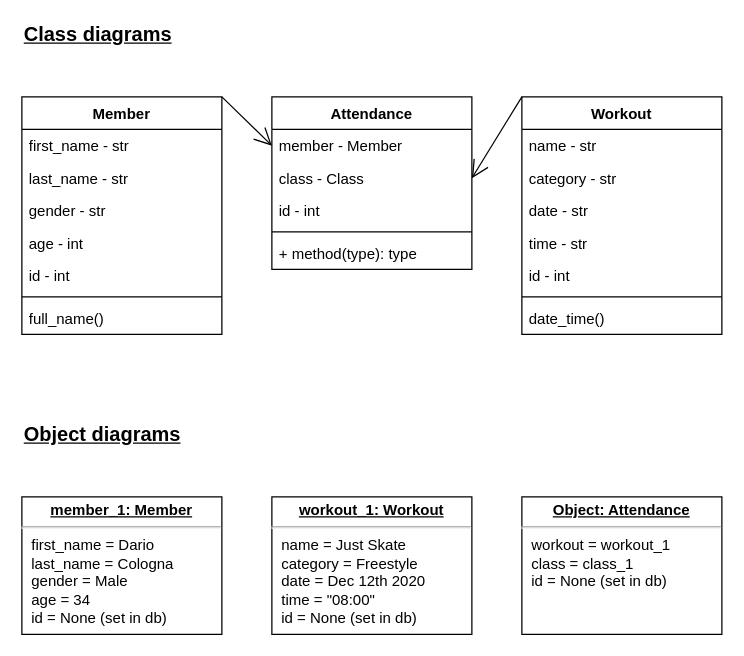
Before: planning/classes.drawio in Stanhoucke/gym_web_app, a draw.io diagram. Source tidied: cells renumbered, new cells numbered last; positions are measured from the earlier drawing's top-left corner, leaving out a move shared by most shapes. Both pictures are drawn from the tidied source at 125%, with x=0, y=0 at pixel (21, 21).
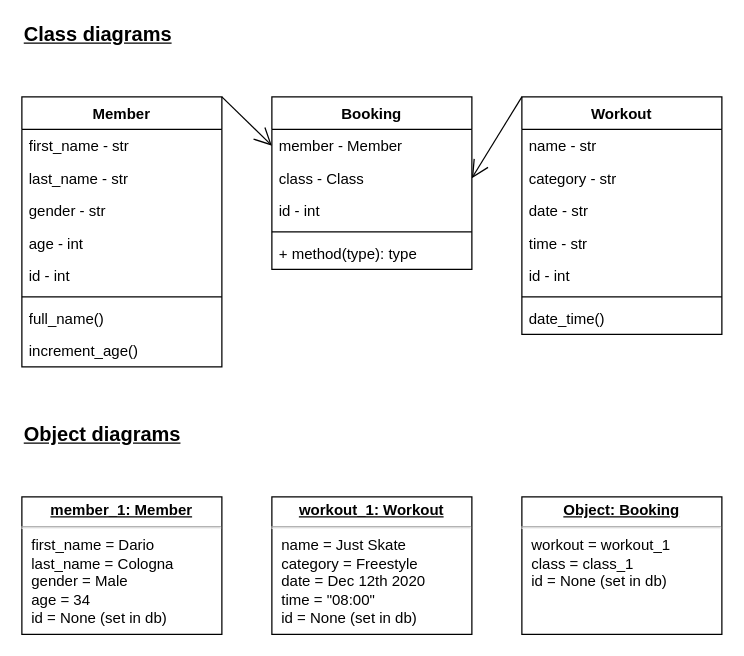
The same diagram, later.

The edit, as a diff of the source:
```diff
@@
     <mxCell id="2" value="Member" style="swimlane;fontStyle=1;align=center;verticalAlign=top;horizontal=1;startSize=26;" parent="1" vertex="1">
-      <mxGeometry y="60" width="160" height="190" as="geometry" />
+      <mxGeometry y="60" width="160" height="216" as="geometry" />
     </mxCell>
@@
+    <mxCell id="31" value="increment_age()" style="text;strokeColor=none;fillColor=none;align=left;verticalAlign=top;spacingLeft=4;spacingRight=4;overflow=hidden;" parent="2" vertex="1">
+      <mxGeometry y="190" width="160" height="26" as="geometry" />
+    </mxCell>
@@
-    <mxCell id="18" value="Attendance" style="swimlane;fontStyle=1;align=center;verticalAlign=top;horizontal=1;startSize=26;" parent="1" vertex="1">
+    <mxCell id="18" value="Booking" style="swimlane;fontStyle=1;align=center;verticalAlign=top;horizontal=1;startSize=26;" parent="1" vertex="1">
       <mxGeometry x="200" y="60" width="160" height="138" as="geometry" />
     </mxCell>
@@
-    <mxCell id="30" value="&lt;p style=&quot;margin: 0px ; margin-top: 4px ; text-align: center ; text-decoration: underline&quot;&gt;&lt;b&gt;Object: Attendance&lt;/b&gt;&lt;/p&gt;&lt;hr&gt;&lt;p style=&quot;margin: 0px ; margin-left: 8px&quot;&gt;workout = workout_1&lt;br&gt;class = class_1&lt;/p&gt;&lt;p style=&quot;margin: 0px ; margin-left: 8px&quot;&gt;id = None (set in db)&lt;/p&gt;" style="verticalAlign=top;align=left;overflow=fill;fontSize=12;fontFamily=Helvetica;html=1;" parent="1" vertex="1">
+    <mxCell id="30" value="&lt;p style=&quot;margin: 0px ; margin-top: 4px ; text-align: center ; text-decoration: underline&quot;&gt;&lt;b&gt;Object: Booking&lt;/b&gt;&lt;/p&gt;&lt;hr&gt;&lt;p style=&quot;margin: 0px ; margin-left: 8px&quot;&gt;workout = workout_1&lt;br&gt;class = class_1&lt;/p&gt;&lt;p style=&quot;margin: 0px ; margin-left: 8px&quot;&gt;id = None (set in db)&lt;/p&gt;" style="verticalAlign=top;align=left;overflow=fill;fontSize=12;fontFamily=Helvetica;html=1;" parent="1" vertex="1">
       <mxGeometry x="400" y="380" width="160" height="110" as="geometry" />
     </mxCell>
```
